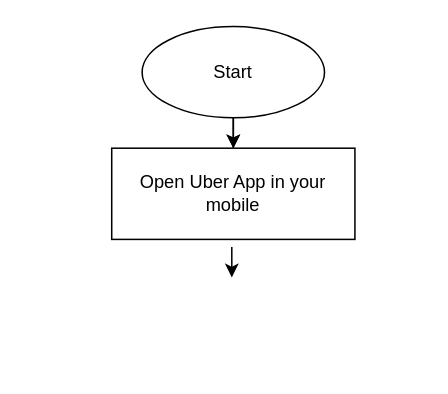
Before: Untitled Diagram.drawio in ShubhadaMahale/Sample_Docs, a draw.io diagram. Source tidied: cells renumbered, new cells numbered last; positions are measured from the earlier drawing's top-left corner, leaving out a move shared by most shapes. Both pictures are drawn from the tidied source at 152%, with x=0, y=0 at pixel (111, 26).
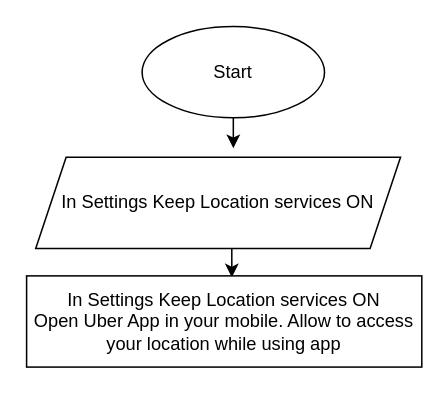
Above is the later version.

The edit, as a diff of the source:
```diff
@@
 <mxGraphModel>
   <root>
     <mxCell id="0" />
     <mxCell id="1" parent="0" />
-    <mxCell id="2" style="edgeStyle=orthogonalEdgeStyle;rounded=0;jettySize=auto;html=1;" parent="1" edge="1" source="3" target="5">
-      <mxGeometry relative="1" as="geometry" />
-    </mxCell>
     <mxCell id="3" value="Start" style="ellipse;whiteSpace=wrap;html=1;" parent="1" vertex="1">
       <mxGeometry x="20" width="120" height="60" as="geometry" />
     </mxCell>
     <mxCell id="4" style="endArrow=classic;html=1;" parent="1" edge="1">
       <mxGeometry relative="1" as="geometry">
         <mxPoint x="80" y="60" as="sourcePoint" />
         <mxPoint x="80" y="80" as="targetPoint" />
       </mxGeometry>
     </mxCell>
-    <mxCell id="5" value="Open Uber App in your mobile" style="rounded=0;whiteSpace=wrap;html=1;" parent="1" vertex="1">
-      <mxGeometry y="80" width="160" height="60" as="geometry" />
-    </mxCell>
     <mxCell id="6" style="endArrow=classic;html=1;" parent="1" edge="1">
       <mxGeometry relative="1" as="geometry">
         <mxPoint x="79" y="145" as="sourcePoint" />
         <mxPoint x="79" y="165" as="targetPoint" />
       </mxGeometry>
     </mxCell>
+    <mxCell id="7" value="&lt;span&gt;In Settings Keep Location services ON&lt;/span&gt;" style="shape=parallelogram;perimeter=parallelogramPerimeter;whiteSpace=wrap;html=1;fixedSize=1;" parent="1" vertex="1">
+      <mxGeometry x="-50" y="86" width="240" height="60" as="geometry" />
+    </mxCell>
+    <mxCell id="8" value="In Settings Keep Location services ON&lt;br&gt;Open Uber App in your mobile. Allow to access your location while using app" style="rounded=0;whiteSpace=wrap;html=1;" parent="1" vertex="1">
+      <mxGeometry x="-56" y="164" width="260" height="60" as="geometry" />
+    </mxCell>
   </root>
 </mxGraphModel>
```
